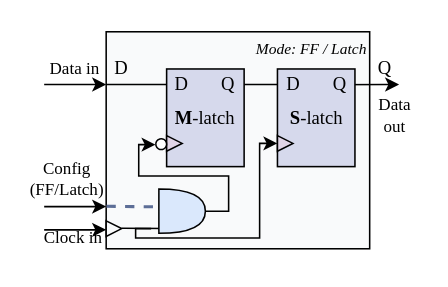
Before: latch.drawio in kxzhu0505/TIRL, a draw.io diagram. Source tidied: cells renumbered, new cells numbered last; positions are measured from the earlier drawing's top-left corner, leaving out a move shared by most shapes. Both pictures are drawn from the tidied source at 155%, with x=0, y=0 at pixel (26, 26).
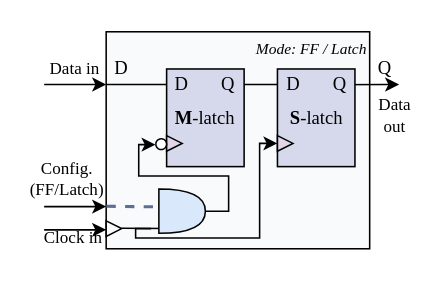
The same diagram, later.

The edit, as a diff of the source:
```diff
@@
-    <mxCell id="11" value="Config (FF/Latch)" style="text;html=1;align=center;verticalAlign=middle;whiteSpace=wrap;rounded=0;fontFamily=Times New Roman;fontSize=11;" parent="1" vertex="1">
+    <mxCell id="11" value="Config. (FF/Latch)" style="text;html=1;align=center;verticalAlign=middle;whiteSpace=wrap;rounded=0;fontFamily=Times New Roman;fontSize=11;" parent="1" vertex="1">
       <mxGeometry x="1" y="83" width="50" height="30" as="geometry" />
     </mxCell>
```
